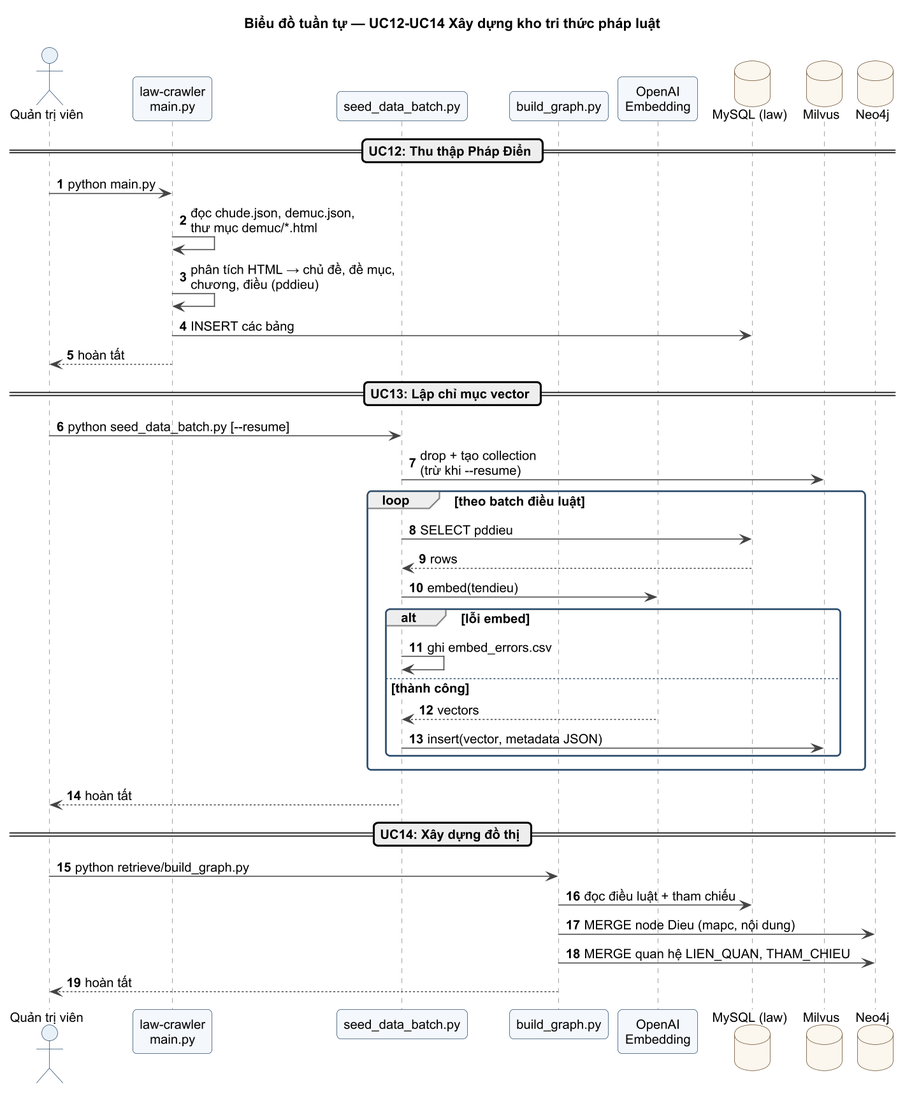
Above: docs/uml/png/SEQ_DuLieu.png in hainguyen312/project2-chatbot-rag (PlantUML), before the change. Its diagram source:
```plantuml
@startuml SEQ_DuLieu
!pragma layout smetana
!include _style.iuml
title Biểu đồ tuần tự — UC12-UC14 Xây dựng kho tri thức pháp luật
autonumber

actor "Quản trị viên" as A
participant "law-crawler\nmain.py" as Crawler
participant "seed_data_batch.py" as Seed
participant "build_graph.py" as Build
participant "OpenAI\nEmbedding" as Emb
database "MySQL (law)" as MySQL
database "Milvus" as Milvus
database "Neo4j" as Neo4j

== UC12: Thu thập Pháp Điển ==
A -> Crawler : python main.py
Crawler -> Crawler : đọc chude.json, demuc.json,\nthư mục demuc/*.html
Crawler -> Crawler : phân tích HTML → chủ đề, đề mục,\nchương, điều (pddieu)
Crawler -> MySQL : INSERT các bảng
Crawler --> A : hoàn tất

== UC13: Lập chỉ mục vector ==
A -> Seed : python seed_data_batch.py [--resume]
Seed -> Milvus : drop + tạo collection\n(trừ khi --resume)
loop theo batch điều luật
  Seed -> MySQL : SELECT pddieu
  MySQL --> Seed : rows
  Seed -> Emb : embed(tendieu)
  alt lỗi embed
    Seed -> Seed : ghi embed_errors.csv
  else thành công
    Emb --> Seed : vectors
    Seed -> Milvus : insert(vector, metadata JSON)
  end
end
Seed --> A : hoàn tất

== UC14: Xây dựng đồ thị ==
A -> Build : python retrieve/build_graph.py
Build -> MySQL : đọc điều luật + tham chiếu
Build -> Neo4j : MERGE node Dieu (mapc, nội dung)
Build -> Neo4j : MERGE quan hệ LIEN_QUAN, THAM_CHIEU
Build --> A : hoàn tất
@enduml
```
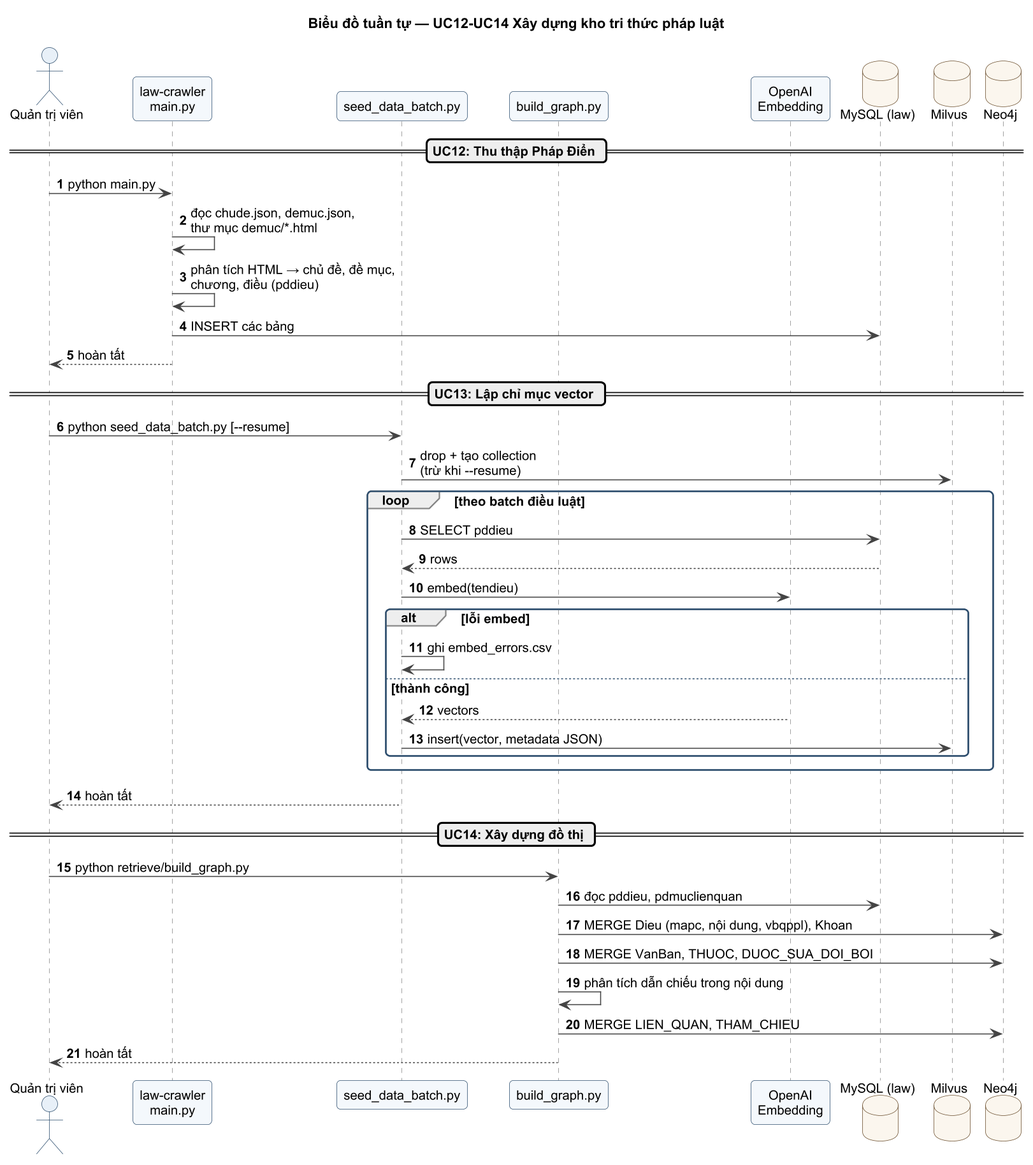
The same diagram one commit later.

Diff of the diagram source:
```diff
@@ -38,8 +38,10 @@
 
 == UC14: Xây dựng đồ thị ==
 A -> Build : python retrieve/build_graph.py
-Build -> MySQL : đọc điều luật + tham chiếu
-Build -> Neo4j : MERGE node Dieu (mapc, nội dung)
-Build -> Neo4j : MERGE quan hệ LIEN_QUAN, THAM_CHIEU
+Build -> MySQL : đọc pddieu, pdmuclienquan
+Build -> Neo4j : MERGE Dieu (mapc, nội dung, vbqppl), Khoan
+Build -> Neo4j : MERGE VanBan, THUOC, DUOC_SUA_DOI_BOI
+Build -> Build : phân tích dẫn chiếu trong nội dung
+Build -> Neo4j : MERGE LIEN_QUAN, THAM_CHIEU
 Build --> A : hoàn tất
 @enduml
```
